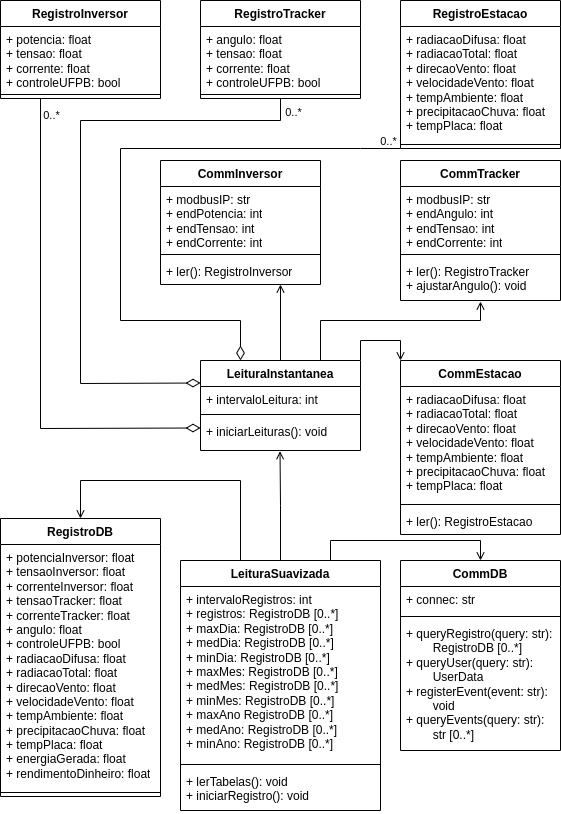
Earlier version of the draw.io export diagrama de classes.drawio.png (jaedson-barbosa/supervisorio-solar-ufpb-docs). Source tidied: cells renumbered, new cells last; positions are measured from the earlier drawing's top-left corner, leaving out a move shared by most shapes.
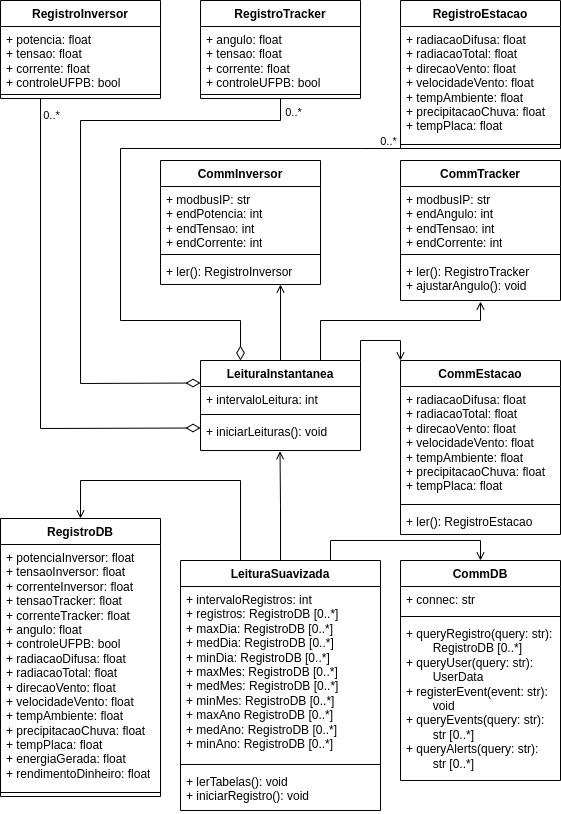
After the change.

Change to the diagram source:
```diff
@@ -133,7 +133,7 @@
       <mxGeometry y="208" width="200" height="42" as="geometry" />
     </mxCell>
     <mxCell id="36" value="CommDB" style="swimlane;fontStyle=1;align=center;verticalAlign=top;horizontal=1;startSize=26;whiteSpace=wrap;html=1;" parent="1" vertex="1">
-      <mxGeometry x="400" y="560" width="160" height="190" as="geometry" />
+      <mxGeometry x="400" y="560" width="160" height="220" as="geometry" />
     </mxCell>
     <mxCell id="37" value="+ connec: str" style="text;strokeColor=none;fillColor=none;align=left;verticalAlign=top;spacingLeft=4;spacingRight=4;overflow=hidden;whiteSpace=wrap;html=1;" parent="36" vertex="1">
       <mxGeometry y="26" width="160" height="26" as="geometry" />
@@ -141,8 +141,8 @@
     <mxCell id="38" style="line;strokeWidth=1;fillColor=none;align=left;verticalAlign=middle;spacingTop=-1;spacingLeft=3;spacingRight=3;labelPosition=right;strokeColor=inherit;" parent="36" vertex="1">
       <mxGeometry y="52" width="160" height="8" as="geometry" />
     </mxCell>
-    <mxCell id="39" value="+ queryRegistro(query: str): &lt;span style=&quot;white-space: pre;&quot;&gt;&#9;&lt;/span&gt;RegistroDB [0..*]&lt;br&gt;+ queryUser(query: str): &lt;span style=&quot;white-space: pre;&quot;&gt;&#9;&lt;/span&gt;UserData&lt;br&gt;+ registerEvent(event: str): &lt;span style=&quot;white-space: pre;&quot;&gt;&#9;&lt;/span&gt;void&lt;br&gt;+ queryEvents(query: str): &lt;span style=&quot;white-space: pre;&quot;&gt;&#9;&lt;/span&gt;str [0..*]" style="text;strokeColor=none;fillColor=none;align=left;verticalAlign=top;spacingLeft=4;spacingRight=4;overflow=hidden;whiteSpace=wrap;html=1;" parent="36" vertex="1">
-      <mxGeometry y="60" width="160" height="130" as="geometry" />
+    <mxCell id="39" value="+ queryRegistro(query: str): &lt;span style=&quot;white-space: pre;&quot;&gt;&#9;&lt;/span&gt;RegistroDB [0..*]&lt;br&gt;+ queryUser(query: str): &lt;span style=&quot;white-space: pre;&quot;&gt;&#9;&lt;/span&gt;UserData&lt;br&gt;+ registerEvent(event: str): &lt;span style=&quot;white-space: pre;&quot;&gt;&#9;&lt;/span&gt;void&lt;br&gt;+ queryEvents(query: str): &lt;span style=&quot;white-space: pre;&quot;&gt;&#9;&lt;/span&gt;str [0..*]&lt;br&gt;+ queryAlerts(query: str):&lt;br&gt;&lt;span style=&quot;white-space: pre;&quot;&gt;&#9;&lt;/span&gt;str [0..*]" style="text;strokeColor=none;fillColor=none;align=left;verticalAlign=top;spacingLeft=4;spacingRight=4;overflow=hidden;whiteSpace=wrap;html=1;" parent="36" vertex="1">
+      <mxGeometry y="60" width="160" height="160" as="geometry" />
     </mxCell>
     <mxCell id="40" style="edgeStyle=orthogonalEdgeStyle;rounded=0;jettySize=auto;html=1;exitX=0.5;exitY=0;exitDx=0;exitDy=0;entryX=0.75;entryY=1;entryDx=0;entryDy=0;endArrow=open;endFill=0;" parent="1" edge="1" source="43" target="17">
       <mxGeometry relative="1" as="geometry" />
```
